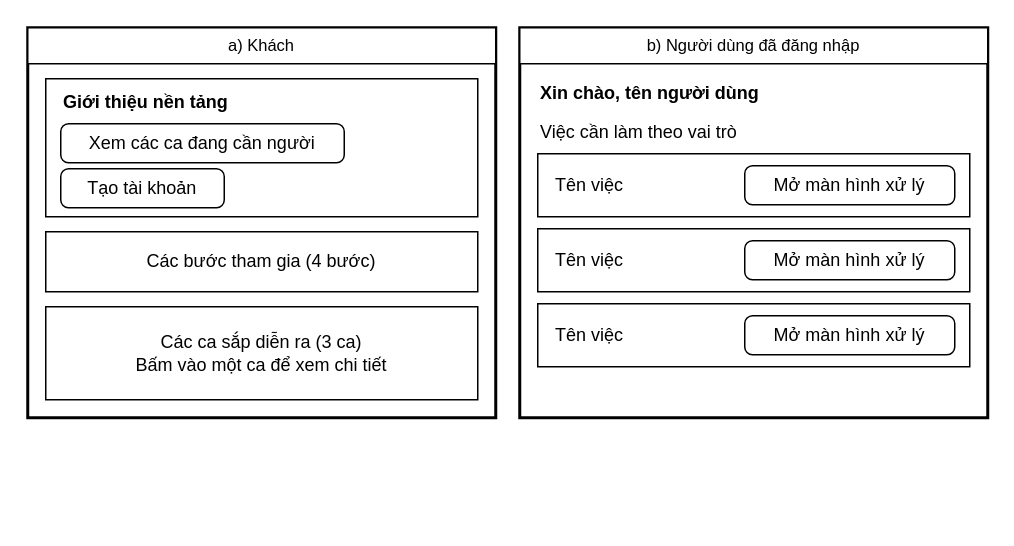
Before: docs/giao_dien/drawio/M00_Trang_chu.drawio in kanishere55/OOSD_NenTangDieuPhoi_TNV, a draw.io diagram. Source tidied: cells renumbered, new cells numbered last; positions are measured from the earlier drawing's top-left corner, leaving out a move shared by most shapes. Both pictures are drawn from the tidied source at 150%, with x=0, y=0 at pixel (27, 27).
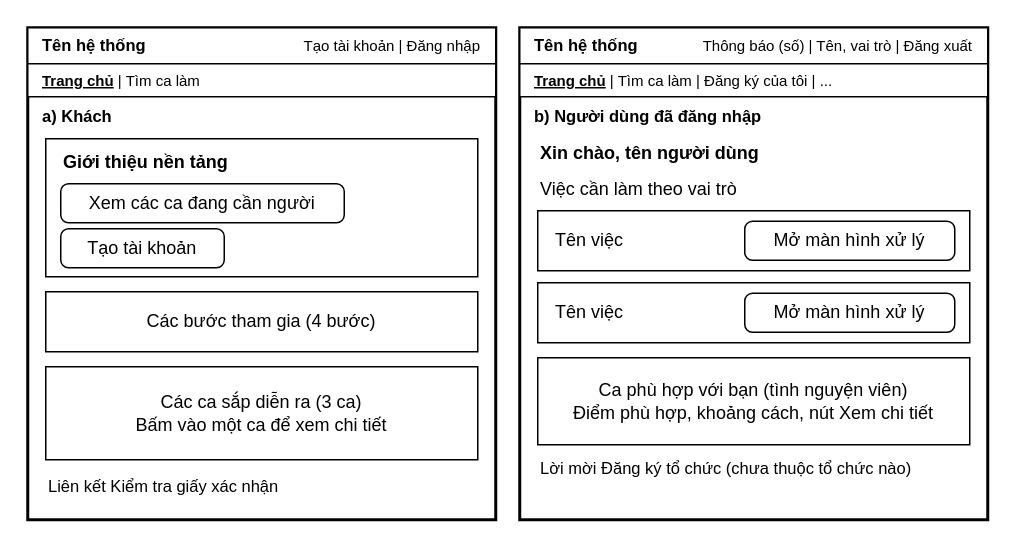
The same page after the edit.

Change to the diagram source:
```diff
@@
     <mxCell id="2" style="rounded=0;whiteSpace=wrap;html=1;fillColor=#ffffff;strokeColor=#000000;strokeWidth=2;" parent="1" vertex="1">
-      <mxGeometry width="312" height="260" as="geometry" />
+      <mxGeometry width="312" height="328" as="geometry" />
     </mxCell>
     <mxCell id="3" style="rounded=0;whiteSpace=wrap;html=1;fillColor=#ffffff;strokeColor=#000000;strokeWidth=2;" parent="1" vertex="1">
-      <mxGeometry x="328" width="312" height="260" as="geometry" />
+      <mxGeometry x="328" width="312" height="328" as="geometry" />
     </mxCell>
-    <mxCell id="4" value="a) Khách" style="rounded=0;whiteSpace=wrap;html=1;fillColor=#ffffff;strokeColor=#000000;fontColor=#000000;fontSize=11;align=center;" parent="1" vertex="1">
+    <mxCell id="4" style="rounded=0;whiteSpace=wrap;html=1;fillColor=#ffffff;strokeColor=#000000;fontColor=#000000;fontSize=12;align=center;" parent="1" vertex="1">
       <mxGeometry width="312" height="24" as="geometry" />
     </mxCell>
-    <mxCell id="5" style="rounded=0;whiteSpace=wrap;html=1;fillColor=#ffffff;strokeColor=#000000;fontColor=#000000;fontSize=12;align=center;" parent="1" vertex="1">
-      <mxGeometry x="12" y="34" width="288" height="92" as="geometry" />
+    <mxCell id="5" value="Tên hệ thống" style="text;html=1;strokeColor=none;fillColor=none;whiteSpace=wrap;verticalAlign=middle;fontColor=#000000;align=left;fontSize=11;fontStyle=1;" parent="1" vertex="1">
+      <mxGeometry x="8" y="2" width="150" height="20" as="geometry" />
     </mxCell>
-    <mxCell id="6" value="Giới thiệu nền tảng" style="text;html=1;strokeColor=none;fillColor=none;whiteSpace=wrap;verticalAlign=middle;fontColor=#000000;align=left;fontSize=12;fontStyle=1;" parent="1" vertex="1">
-      <mxGeometry x="22" y="40" width="260" height="20" as="geometry" />
+    <mxCell id="6" value="Tạo tài khoản   |   Đăng nhập" style="text;html=1;strokeColor=none;fillColor=none;whiteSpace=wrap;verticalAlign=middle;fontColor=#000000;align=right;fontSize=10;fontStyle=0;" parent="1" vertex="1">
+      <mxGeometry x="12" y="2" width="292" height="20" as="geometry" />
     </mxCell>
-    <mxCell id="7" value="Xem các ca đang cần người" style="rounded=1;arcSize=20;whiteSpace=wrap;html=1;fillColor=#ffffff;strokeColor=#000000;fontColor=#000000;fontSize=12;" parent="1" vertex="1">
-      <mxGeometry x="22" y="64" width="189" height="26" as="geometry" />
+    <mxCell id="7" style="rounded=0;whiteSpace=wrap;html=1;fillColor=#ffffff;strokeColor=#000000;fontColor=#000000;fontSize=12;align=center;" parent="1" vertex="1">
+      <mxGeometry y="24" width="312" height="22" as="geometry" />
     </mxCell>
-    <mxCell id="8" value="Tạo tài khoản" style="rounded=1;arcSize=20;whiteSpace=wrap;html=1;fillColor=#ffffff;strokeColor=#000000;fontColor=#000000;fontSize=12;" parent="1" vertex="1">
-      <mxGeometry x="22" y="94" width="109" height="26" as="geometry" />
+    <mxCell id="8" value="&lt;b&gt;&lt;u&gt;Trang chủ&lt;/u&gt;&lt;/b&gt;   |   Tìm ca làm" style="text;html=1;strokeColor=none;fillColor=none;whiteSpace=wrap;verticalAlign=middle;fontColor=#000000;align=left;fontSize=10;fontStyle=0;" parent="1" vertex="1">
+      <mxGeometry x="8" y="25" width="296" height="20" as="geometry" />
     </mxCell>
-    <mxCell id="9" value="Các bước tham gia (4 bước)" style="rounded=0;whiteSpace=wrap;html=1;fillColor=#ffffff;strokeColor=#000000;fontColor=#000000;fontSize=12;align=center;" parent="1" vertex="1">
-      <mxGeometry x="12" y="136" width="288" height="40" as="geometry" />
+    <mxCell id="9" value="a) Khách" style="text;html=1;strokeColor=none;fillColor=none;whiteSpace=wrap;verticalAlign=middle;fontColor=#000000;align=left;fontSize=11;fontStyle=1;" parent="1" vertex="1">
+      <mxGeometry x="8" y="50" width="296" height="18" as="geometry" />
     </mxCell>
-    <mxCell id="10" value="Các ca sắp diễn ra (3 ca)&lt;br&gt;Bấm vào một ca để xem chi tiết" style="rounded=0;whiteSpace=wrap;html=1;fillColor=#ffffff;strokeColor=#000000;fontColor=#000000;fontSize=12;align=center;" parent="1" vertex="1">
-      <mxGeometry x="12" y="186" width="288" height="62" as="geometry" />
+    <mxCell id="10" style="rounded=0;whiteSpace=wrap;html=1;fillColor=#ffffff;strokeColor=#000000;fontColor=#000000;fontSize=12;align=center;" parent="1" vertex="1">
+      <mxGeometry x="12" y="74" width="288" height="92" as="geometry" />
     </mxCell>
-    <mxCell id="11" value="b) Người dùng đã đăng nhập" style="rounded=0;whiteSpace=wrap;html=1;fillColor=#ffffff;strokeColor=#000000;fontColor=#000000;fontSize=11;align=center;" parent="1" vertex="1">
-      <mxGeometry x="328" width="312" height="24" as="geometry" />
+    <mxCell id="11" value="Giới thiệu nền tảng" style="text;html=1;strokeColor=none;fillColor=none;whiteSpace=wrap;verticalAlign=middle;fontColor=#000000;align=left;fontSize=12;fontStyle=1;" parent="1" vertex="1">
+      <mxGeometry x="22" y="80" width="260" height="20" as="geometry" />
     </mxCell>
-    <mxCell id="12" value="Xin chào, tên người dùng" style="text;html=1;strokeColor=none;fillColor=none;whiteSpace=wrap;verticalAlign=middle;fontColor=#000000;align=left;fontSize=12;fontStyle=1;" parent="1" vertex="1">
-      <mxGeometry x="340" y="34" width="280" height="20" as="geometry" />
+    <mxCell id="12" value="Xem các ca đang cần người" style="rounded=1;arcSize=20;whiteSpace=wrap;html=1;fillColor=#ffffff;strokeColor=#000000;fontColor=#000000;fontSize=12;" parent="1" vertex="1">
+      <mxGeometry x="22" y="104" width="189" height="26" as="geometry" />
     </mxCell>
-    <mxCell id="13" value="Việc cần làm theo vai trò" style="text;html=1;strokeColor=none;fillColor=none;whiteSpace=wrap;verticalAlign=middle;fontColor=#000000;align=left;fontSize=12;fontStyle=0;" parent="1" vertex="1">
-      <mxGeometry x="340" y="60" width="280" height="20" as="geometry" />
+    <mxCell id="13" value="Tạo tài khoản" style="rounded=1;arcSize=20;whiteSpace=wrap;html=1;fillColor=#ffffff;strokeColor=#000000;fontColor=#000000;fontSize=12;" parent="1" vertex="1">
+      <mxGeometry x="22" y="134" width="109" height="26" as="geometry" />
     </mxCell>
-    <mxCell id="14" style="rounded=0;whiteSpace=wrap;html=1;fillColor=#ffffff;strokeColor=#000000;fontColor=#000000;fontSize=12;align=center;" parent="1" vertex="1">
-      <mxGeometry x="340" y="84" width="288" height="42" as="geometry" />
+    <mxCell id="14" value="Các bước tham gia (4 bước)" style="rounded=0;whiteSpace=wrap;html=1;fillColor=#ffffff;strokeColor=#000000;fontColor=#000000;fontSize=12;align=center;" parent="1" vertex="1">
+      <mxGeometry x="12" y="176" width="288" height="40" as="geometry" />
     </mxCell>
-    <mxCell id="15" value="Tên việc" style="text;html=1;strokeColor=none;fillColor=none;whiteSpace=wrap;verticalAlign=middle;fontColor=#000000;align=left;fontSize=12;fontStyle=0;" parent="1" vertex="1">
-      <mxGeometry x="350" y="95" width="150" height="20" as="geometry" />
+    <mxCell id="15" value="Các ca sắp diễn ra (3 ca)&lt;br&gt;Bấm vào một ca để xem chi tiết" style="rounded=0;whiteSpace=wrap;html=1;fillColor=#ffffff;strokeColor=#000000;fontColor=#000000;fontSize=12;align=center;" parent="1" vertex="1">
+      <mxGeometry x="12" y="226" width="288" height="62" as="geometry" />
     </mxCell>
-    <mxCell id="16" value="Mở màn hình xử lý" style="rounded=1;arcSize=20;whiteSpace=wrap;html=1;fillColor=#ffffff;strokeColor=#000000;fontColor=#000000;fontSize=12;" parent="1" vertex="1">
-      <mxGeometry x="478" y="92" width="140" height="26" as="geometry" />
+    <mxCell id="16" value="Liên kết Kiểm tra giấy xác nhận" style="text;html=1;strokeColor=none;fillColor=none;whiteSpace=wrap;verticalAlign=middle;fontColor=#000000;align=left;fontSize=11;fontStyle=0;" parent="1" vertex="1">
+      <mxGeometry x="12" y="296" width="288" height="20" as="geometry" />
     </mxCell>
     <mxCell id="17" style="rounded=0;whiteSpace=wrap;html=1;fillColor=#ffffff;strokeColor=#000000;fontColor=#000000;fontSize=12;align=center;" parent="1" vertex="1">
-      <mxGeometry x="340" y="134" width="288" height="42" as="geometry" />
+      <mxGeometry x="328" width="312" height="24" as="geometry" />
     </mxCell>
-    <mxCell id="18" value="Tên việc" style="text;html=1;strokeColor=none;fillColor=none;whiteSpace=wrap;verticalAlign=middle;fontColor=#000000;align=left;fontSize=12;fontStyle=0;" parent="1" vertex="1">
-      <mxGeometry x="350" y="145" width="150" height="20" as="geometry" />
+    <mxCell id="18" value="Tên hệ thống" style="text;html=1;strokeColor=none;fillColor=none;whiteSpace=wrap;verticalAlign=middle;fontColor=#000000;align=left;fontSize=11;fontStyle=1;" parent="1" vertex="1">
+      <mxGeometry x="336" y="2" width="150" height="20" as="geometry" />
     </mxCell>
-    <mxCell id="19" value="Mở màn hình xử lý" style="rounded=1;arcSize=20;whiteSpace=wrap;html=1;fillColor=#ffffff;strokeColor=#000000;fontColor=#000000;fontSize=12;" parent="1" vertex="1">
-      <mxGeometry x="478" y="142" width="140" height="26" as="geometry" />
+    <mxCell id="19" value="Thông báo (số)   |   Tên, vai trò   |   Đăng xuất" style="text;html=1;strokeColor=none;fillColor=none;whiteSpace=wrap;verticalAlign=middle;fontColor=#000000;align=right;fontSize=10;fontStyle=0;" parent="1" vertex="1">
+      <mxGeometry x="340" y="2" width="292" height="20" as="geometry" />
     </mxCell>
     <mxCell id="20" style="rounded=0;whiteSpace=wrap;html=1;fillColor=#ffffff;strokeColor=#000000;fontColor=#000000;fontSize=12;align=center;" parent="1" vertex="1">
-      <mxGeometry x="340" y="184" width="288" height="42" as="geometry" />
+      <mxGeometry x="328" y="24" width="312" height="22" as="geometry" />
     </mxCell>
-    <mxCell id="21" value="Tên việc" style="text;html=1;strokeColor=none;fillColor=none;whiteSpace=wrap;verticalAlign=middle;fontColor=#000000;align=left;fontSize=12;fontStyle=0;" parent="1" vertex="1">
-      <mxGeometry x="350" y="195" width="150" height="20" as="geometry" />
+    <mxCell id="21" value="&lt;b&gt;&lt;u&gt;Trang chủ&lt;/u&gt;&lt;/b&gt;   |   Tìm ca làm   |   Đăng ký của tôi   |   ..." style="text;html=1;strokeColor=none;fillColor=none;whiteSpace=wrap;verticalAlign=middle;fontColor=#000000;align=left;fontSize=10;fontStyle=0;" parent="1" vertex="1">
+      <mxGeometry x="336" y="25" width="296" height="20" as="geometry" />
     </mxCell>
-    <mxCell id="22" value="Mở màn hình xử lý" style="rounded=1;arcSize=20;whiteSpace=wrap;html=1;fillColor=#ffffff;strokeColor=#000000;fontColor=#000000;fontSize=12;" parent="1" vertex="1">
-      <mxGeometry x="478" y="192" width="140" height="26" as="geometry" />
+    <mxCell id="22" value="b) Người dùng đã đăng nhập" style="text;html=1;strokeColor=none;fillColor=none;whiteSpace=wrap;verticalAlign=middle;fontColor=#000000;align=left;fontSize=11;fontStyle=1;" parent="1" vertex="1">
+      <mxGeometry x="336" y="50" width="296" height="18" as="geometry" />
     </mxCell>
+    <mxCell id="23" value="Xin chào, tên người dùng" style="text;html=1;strokeColor=none;fillColor=none;whiteSpace=wrap;verticalAlign=middle;fontColor=#000000;align=left;fontSize=12;fontStyle=1;" parent="1" vertex="1">
+      <mxGeometry x="340" y="74" width="280" height="20" as="geometry" />
+    </mxCell>
+    <mxCell id="24" value="Việc cần làm theo vai trò" style="text;html=1;strokeColor=none;fillColor=none;whiteSpace=wrap;verticalAlign=middle;fontColor=#000000;align=left;fontSize=12;fontStyle=0;" parent="1" vertex="1">
+      <mxGeometry x="340" y="98" width="280" height="20" as="geometry" />
+    </mxCell>
+    <mxCell id="25" style="rounded=0;whiteSpace=wrap;html=1;fillColor=#ffffff;strokeColor=#000000;fontColor=#000000;fontSize=12;align=center;" parent="1" vertex="1">
+      <mxGeometry x="340" y="122" width="288" height="40" as="geometry" />
+    </mxCell>
+    <mxCell id="26" value="Tên việc" style="text;html=1;strokeColor=none;fillColor=none;whiteSpace=wrap;verticalAlign=middle;fontColor=#000000;align=left;fontSize=12;fontStyle=0;" parent="1" vertex="1">
+      <mxGeometry x="350" y="132" width="150" height="20" as="geometry" />
+    </mxCell>
+    <mxCell id="27" value="Mở màn hình xử lý" style="rounded=1;arcSize=20;whiteSpace=wrap;html=1;fillColor=#ffffff;strokeColor=#000000;fontColor=#000000;fontSize=12;" parent="1" vertex="1">
+      <mxGeometry x="478" y="129" width="140" height="26" as="geometry" />
+    </mxCell>
+    <mxCell id="28" style="rounded=0;whiteSpace=wrap;html=1;fillColor=#ffffff;strokeColor=#000000;fontColor=#000000;fontSize=12;align=center;" parent="1" vertex="1">
+      <mxGeometry x="340" y="170" width="288" height="40" as="geometry" />
+    </mxCell>
+    <mxCell id="29" value="Tên việc" style="text;html=1;strokeColor=none;fillColor=none;whiteSpace=wrap;verticalAlign=middle;fontColor=#000000;align=left;fontSize=12;fontStyle=0;" parent="1" vertex="1">
+      <mxGeometry x="350" y="180" width="150" height="20" as="geometry" />
+    </mxCell>
+    <mxCell id="30" value="Mở màn hình xử lý" style="rounded=1;arcSize=20;whiteSpace=wrap;html=1;fillColor=#ffffff;strokeColor=#000000;fontColor=#000000;fontSize=12;" parent="1" vertex="1">
+      <mxGeometry x="478" y="177" width="140" height="26" as="geometry" />
+    </mxCell>
+    <mxCell id="31" value="Ca phù hợp với bạn (tình nguyện viên)&lt;br&gt;Điểm phù hợp, khoảng cách, nút Xem chi tiết" style="rounded=0;whiteSpace=wrap;html=1;fillColor=#ffffff;strokeColor=#000000;fontColor=#000000;fontSize=12;align=center;" parent="1" vertex="1">
+      <mxGeometry x="340" y="220" width="288" height="58" as="geometry" />
+    </mxCell>
+    <mxCell id="32" value="Lời mời Đăng ký tổ chức (chưa thuộc tổ chức nào)" style="text;html=1;strokeColor=none;fillColor=none;whiteSpace=wrap;verticalAlign=middle;fontColor=#000000;align=left;fontSize=11;fontStyle=0;" parent="1" vertex="1">
+      <mxGeometry x="340" y="284" width="288" height="20" as="geometry" />
+    </mxCell>
```
